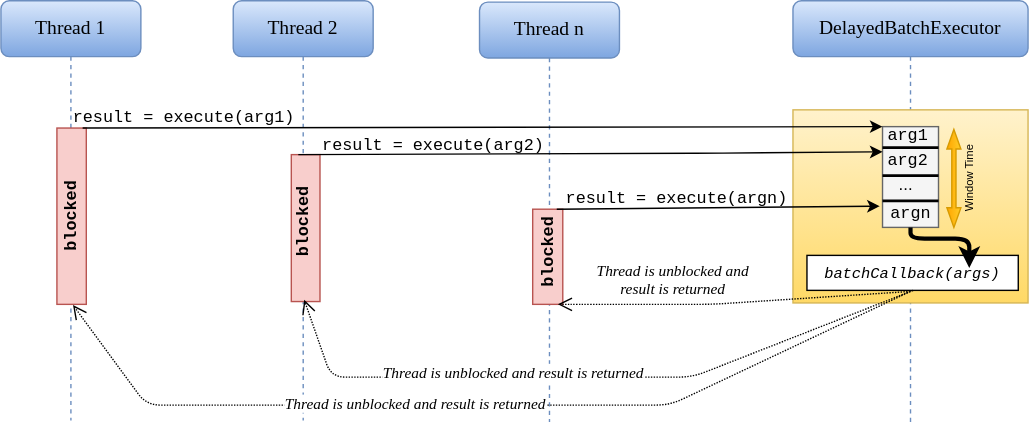
victor-porcar/delayed-batch-executor keeps this draw.io diagram as src/main/javadoc/doc-files/blocking.svg. Above is the earlier version. Source tidied: cells renumbered, new cells last; positions are measured from the earlier drawing's top-left corner, leaving out a move shared by most shapes.
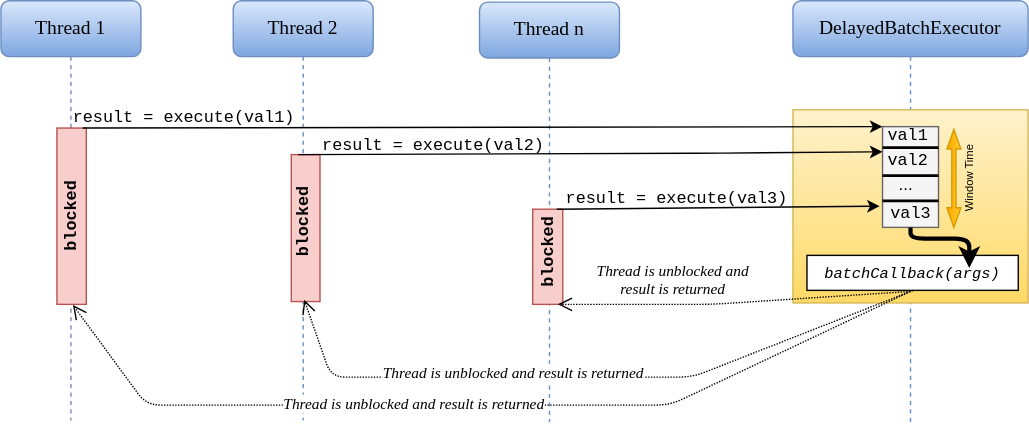
Above is the later version.

Diff of the diagram source:
```diff
@@ -38,16 +38,16 @@
     <mxCell id="13" value="&lt;i&gt;&lt;font style=&quot;font-size: 11px&quot; face=&quot;Courier New&quot;&gt;batchCallback(args)&lt;/font&gt;&lt;/i&gt;" style="rounded=0;whiteSpace=wrap;html=1;" parent="5" vertex="1">
       <mxGeometry x="10" y="182" width="151" height="25" as="geometry" />
     </mxCell>
-    <mxCell id="14" value="&lt;font face=&quot;Courier New&quot;&gt;arg1&lt;/font&gt;" style="text;html=1;" parent="5" vertex="1">
+    <mxCell id="14" value="&lt;font face=&quot;Courier New&quot;&gt;val1&lt;/font&gt;" style="text;html=1;" parent="5" vertex="1">
       <mxGeometry x="66" y="82" width="50" height="30" as="geometry" />
     </mxCell>
     <mxCell id="15" value="..." style="text;html=1;" parent="5" vertex="1">
       <mxGeometry x="74" y="118" width="50" height="30" as="geometry" />
     </mxCell>
-    <mxCell id="16" value="&lt;font face=&quot;Courier New&quot;&gt;arg2&lt;/font&gt;" style="text;html=1;" parent="5" vertex="1">
+    <mxCell id="16" value="&lt;font face=&quot;Courier New&quot;&gt;val2&lt;/font&gt;" style="text;html=1;" parent="5" vertex="1">
       <mxGeometry x="66" y="100" width="50" height="30" as="geometry" />
     </mxCell>
-    <mxCell id="17" value="&lt;font face=&quot;Courier New&quot;&gt;argn&lt;/font&gt;" style="text;html=1;" parent="5" vertex="1">
+    <mxCell id="17" value="&lt;font face=&quot;Courier New&quot;&gt;val3&lt;/font&gt;" style="text;html=1;" parent="5" vertex="1">
       <mxGeometry x="68" y="138" width="50" height="30" as="geometry" />
     </mxCell>
     <mxCell id="18" style="endArrow=classic;html=1;strokeWidth=3;" parent="5" edge="1">
@@ -120,13 +120,13 @@
         </Array>
       </mxGeometry>
     </mxCell>
-    <mxCell id="31" value="&lt;font face=&quot;Courier New&quot; style=&quot;font-size: 12px&quot;&gt;result = execute(arg1)&lt;/font&gt;" style="text;html=1;strokeColor=none;fillColor=none;align=center;verticalAlign=middle;whiteSpace=wrap;rounded=0;" parent="1" vertex="1">
+    <mxCell id="31" value="&lt;font face=&quot;Courier New&quot; style=&quot;font-size: 12px&quot;&gt;result = execute(val1)&lt;/font&gt;" style="text;html=1;strokeColor=none;fillColor=none;align=center;verticalAlign=middle;whiteSpace=wrap;rounded=0;" parent="1" vertex="1">
       <mxGeometry x="46" y="73" width="170" height="20" as="geometry" />
     </mxCell>
-    <mxCell id="32" value="&lt;font face=&quot;Courier New&quot; style=&quot;font-size: 12px&quot;&gt;result = execute(argn)&lt;/font&gt;" style="text;html=1;" parent="1" vertex="1">
+    <mxCell id="32" value="&lt;font face=&quot;Courier New&quot; style=&quot;font-size: 12px&quot;&gt;result = execute(val3)&lt;/font&gt;" style="text;html=1;" parent="1" vertex="1">
       <mxGeometry x="402" y="127" width="130" height="22" as="geometry" />
     </mxCell>
-    <mxCell id="33" value="&lt;font face=&quot;Courier New&quot; style=&quot;font-size: 12px&quot;&gt;result = execute(arg2)&lt;/font&gt;" style="text;html=1;" parent="1" vertex="1">
+    <mxCell id="33" value="&lt;font face=&quot;Courier New&quot; style=&quot;font-size: 12px&quot;&gt;result = execute(val2)&lt;/font&gt;" style="text;html=1;" parent="1" vertex="1">
       <mxGeometry x="228" y="89" width="138" height="22" as="geometry" />
     </mxCell>
   </root>
```
